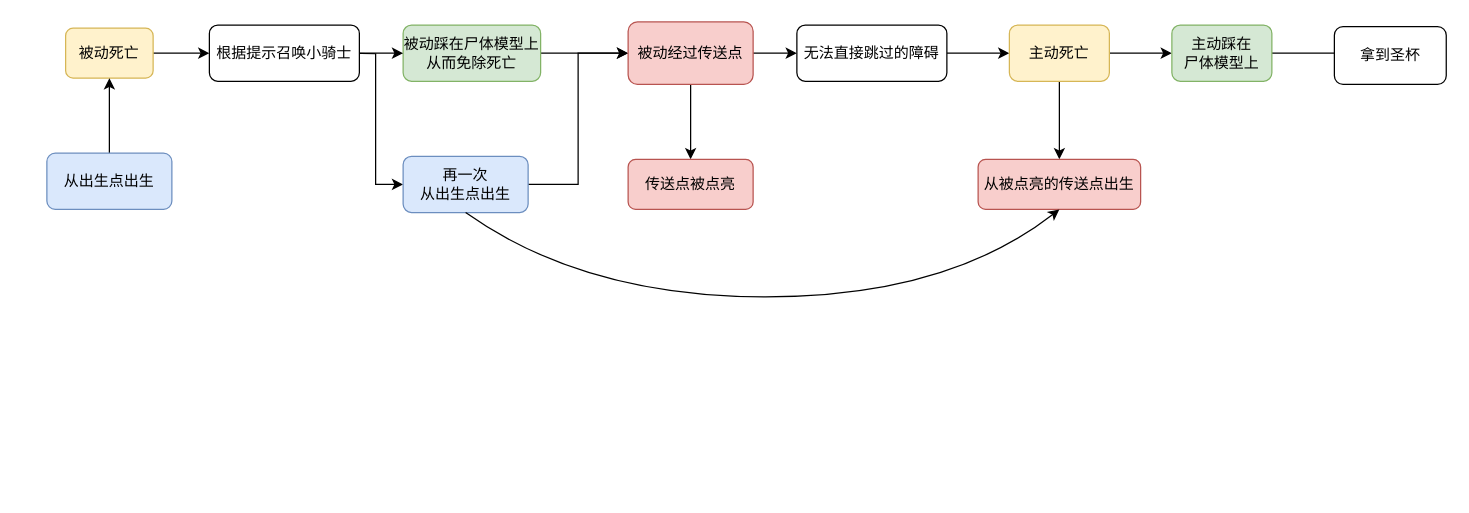
Above: picture/未命名绘图.drawio in Xerxes-zhz/game-design (draw.io), before the change. Source tidied: cells renumbered, new cells numbered last; positions are measured from the earlier drawing's top-left corner, leaving out a move shared by most shapes. Both pictures are drawn from the tidied source at 125%, with x=0, y=0 at pixel (46, 21).
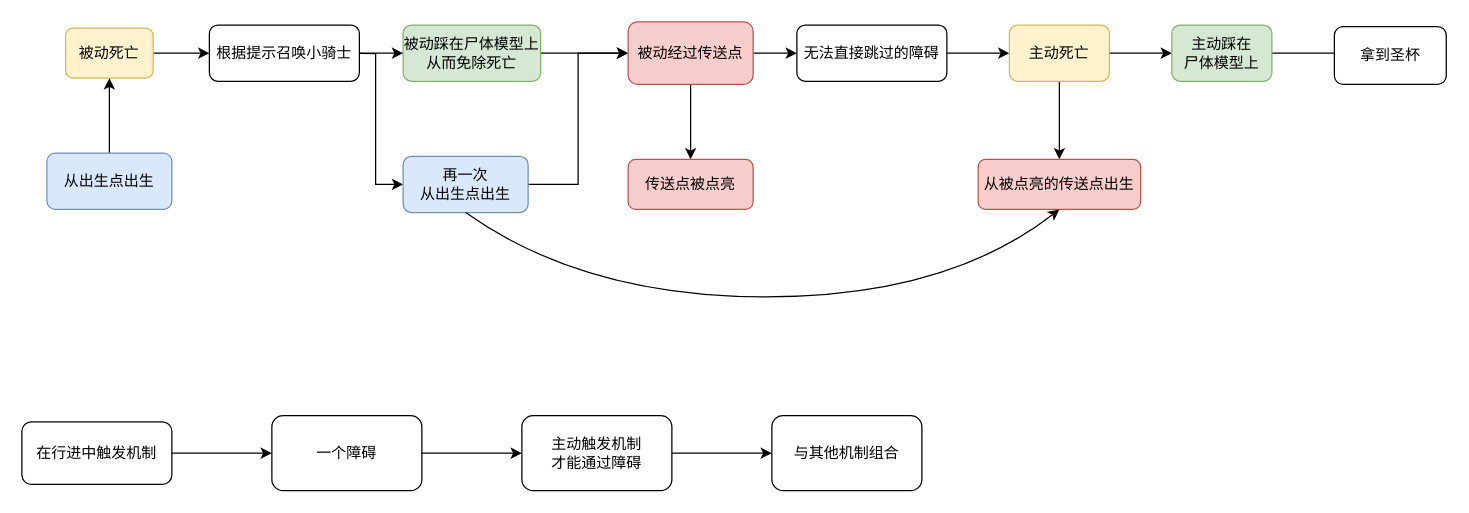
Above is the later version.

Diff of the diagram source:
```diff
@@
+    <mxCell id="27" style="edgeStyle=orthogonalEdgeStyle;rounded=0;jettySize=auto;html=1;" parent="1" edge="1" source="28" target="30">
+      <mxGeometry relative="1" as="geometry" />
+    </mxCell>
+    <mxCell id="28" value="在行进中触发机制" style="rounded=1;whiteSpace=wrap;html=1;" parent="1" vertex="1">
+      <mxGeometry x="-20" y="320" width="120" height="50" as="geometry" />
+    </mxCell>
+    <mxCell id="29" style="edgeStyle=orthogonalEdgeStyle;rounded=0;jettySize=auto;html=1;" parent="1" edge="1" source="30" target="32">
+      <mxGeometry relative="1" as="geometry" />
+    </mxCell>
+    <mxCell id="30" value="一个障碍" style="whiteSpace=wrap;html=1;rounded=1;" parent="1" vertex="1">
+      <mxGeometry x="180" y="315" width="120" height="60" as="geometry" />
+    </mxCell>
+    <mxCell id="31" style="edgeStyle=orthogonalEdgeStyle;rounded=0;jettySize=auto;html=1;" parent="1" edge="1" source="32" target="33">
+      <mxGeometry relative="1" as="geometry" />
+    </mxCell>
+    <mxCell id="32" value="主动触发机制&lt;br&gt;才能通过障碍" style="whiteSpace=wrap;html=1;rounded=1;" parent="1" vertex="1">
+      <mxGeometry x="380" y="315" width="120" height="60" as="geometry" />
+    </mxCell>
+    <mxCell id="33" value="与其他机制组合" style="whiteSpace=wrap;html=1;rounded=1;" parent="1" vertex="1">
+      <mxGeometry x="580" y="315" width="120" height="60" as="geometry" />
+    </mxCell>
```
